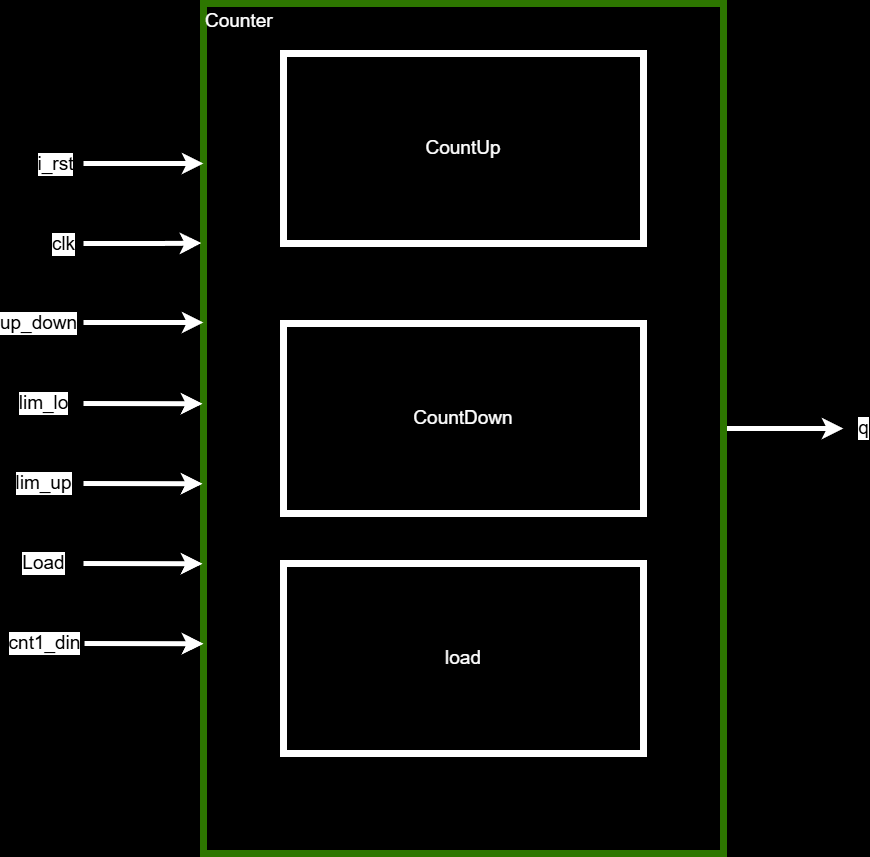
This is 2/img/架構圖.png from gordonpow/lab_hardware_test, a draw.io export, as it was before one commit. Source tidied: cells renumbered, new cells last; positions are measured from the earlier drawing's top-left corner, leaving out a move shared by most shapes.
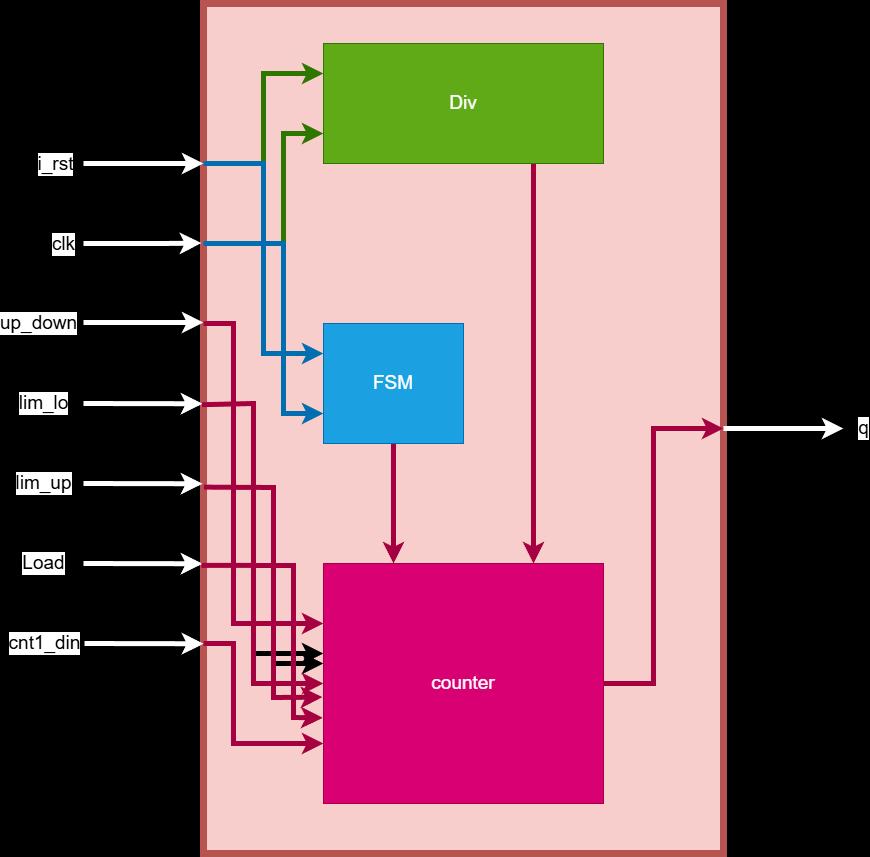
After the commit.

What changed in the source:
```diff
@@ -2,22 +2,16 @@
   <root>
     <mxCell id="0" />
     <mxCell id="1" parent="0" />
+    <mxCell id="3" style="rounded=0;whiteSpace=wrap;html=1;fillColor=#f8cecc;strokeColor=#b85450;strokeWidth=7;align=left;horizontal=1;verticalAlign=top;fontSize=19;" parent="1" vertex="1">
+      <mxGeometry x="120" width="520" height="850" as="geometry" />
+    </mxCell>
-    <mxCell id="2" value="q" style="edgeStyle=none;html=1;exitX=1;exitY=0.5;exitDx=0;exitDy=0;fontSize=19;strokeWidth=5;strokeColor=#FFFFFF;" parent="1" edge="1" source="3">
+    <mxCell id="2" value="q" style="edgeStyle=none;html=1;exitX=1;exitY=0.5;exitDx=0;exitDy=0;fontSize=19;strokeWidth=5;strokeColor=#FFFFFF;rounded=0;" parent="1" edge="1" source="3">
       <mxGeometry x="1" y="20" relative="1" as="geometry">
         <mxPoint x="760" y="425" as="targetPoint" />
         <mxPoint x="20" y="20" as="offset" />
       </mxGeometry>
     </mxCell>
-    <mxCell id="3" value="Counter" style="rounded=0;whiteSpace=wrap;html=1;fillColor=none;fontColor=#ffffff;strokeColor=#2D7600;strokeWidth=7;align=left;horizontal=1;verticalAlign=top;fontSize=19;" parent="1" vertex="1">
-      <mxGeometry x="120" width="520" height="850" as="geometry" />
-    </mxCell>
-    <mxCell id="4" value="&lt;font color=&quot;#ffffff&quot;&gt;CountUp&lt;/font&gt;" style="rounded=0;whiteSpace=wrap;html=1;strokeWidth=7;fontSize=19;fillColor=none;strokeColor=#FFFFFF;" parent="1" vertex="1">
-      <mxGeometry x="200" y="50" width="360" height="190" as="geometry" />
-    </mxCell>
-    <mxCell id="5" value="&lt;font color=&quot;#ffffff&quot;&gt;CountDown&lt;/font&gt;" style="rounded=0;whiteSpace=wrap;html=1;strokeWidth=7;fontSize=19;fillColor=none;strokeColor=#FFFFFF;glass=0;shadow=0;" parent="1" vertex="1">
-      <mxGeometry x="200" y="320" width="360" height="190" as="geometry" />
-    </mxCell>
-    <mxCell id="6" style="endArrow=classic;html=1;fontSize=19;strokeWidth=5;strokeColor=#FFFFFF;" parent="1" edge="1">
+    <mxCell id="6" style="endArrow=classic;html=1;fontSize=19;strokeWidth=5;strokeColor=#FFFFFF;rounded=0;" parent="1" edge="1">
       <mxGeometry relative="1" as="geometry">
         <mxPoint y="160" as="sourcePoint" />
         <mxPoint x="120" y="160" as="targetPoint" />
@@ -28,7 +22,7 @@
         <mxPoint x="-109" y="-4" as="offset" />
       </mxGeometry>
     </mxCell>
-    <mxCell id="8" style="endArrow=classic;html=1;fontSize=19;strokeWidth=5;strokeColor=#FFFFFF;" parent="1" edge="1">
+    <mxCell id="8" style="endArrow=classic;html=1;fontSize=19;strokeWidth=5;strokeColor=#FFFFFF;rounded=0;" parent="1" edge="1">
       <mxGeometry relative="1" as="geometry">
         <mxPoint y="319" as="sourcePoint" />
         <mxPoint x="120" y="319" as="targetPoint" />
@@ -39,7 +33,7 @@
         <mxPoint x="-126" y="-4" as="offset" />
       </mxGeometry>
     </mxCell>
-    <mxCell id="10" style="endArrow=classic;html=1;fontSize=19;entryX=-0.004;entryY=0.666;entryDx=0;entryDy=0;entryPerimeter=0;strokeWidth=5;strokeColor=#FFFFFF;" parent="1" edge="1">
+    <mxCell id="10" style="endArrow=classic;html=1;fontSize=19;entryX=-0.004;entryY=0.666;entryDx=0;entryDy=0;entryPerimeter=0;strokeWidth=5;strokeColor=#FFFFFF;rounded=0;" parent="1" edge="1">
       <mxGeometry relative="1" as="geometry">
         <mxPoint y="240" as="sourcePoint" />
         <mxPoint x="117.9" y="239.6" as="targetPoint" />
@@ -54,36 +48,171 @@
         <mxPoint x="-103" as="offset" />
       </mxGeometry>
     </mxCell>
-    <mxCell id="12" value="&lt;font style=&quot;font-size: 19px;&quot;&gt;lim_lo&lt;/font&gt;" style="endArrow=classic;html=1;entryX=-0.002;entryY=0.565;entryDx=0;entryDy=0;entryPerimeter=0;strokeWidth=5;strokeColor=#FFFFFF;" parent="1" edge="1">
+    <mxCell id="12" value="&lt;font style=&quot;font-size: 19px;&quot;&gt;lim_lo&lt;/font&gt;" style="endArrow=classic;html=1;entryX=-0.002;entryY=0.565;entryDx=0;entryDy=0;entryPerimeter=0;strokeWidth=5;strokeColor=#FFFFFF;rounded=0;" parent="1" edge="1">
       <mxGeometry x="-1" y="-40" relative="1" as="geometry">
         <mxPoint y="400" as="sourcePoint" />
         <mxPoint x="119" y="400.2" as="targetPoint" />
         <mxPoint x="-40" y="-40" as="offset" />
       </mxGeometry>
     </mxCell>
-    <mxCell id="13" value="&lt;font color=&quot;#ffffff&quot;&gt;load&lt;/font&gt;" style="rounded=0;whiteSpace=wrap;html=1;strokeWidth=7;fontSize=19;fillColor=none;strokeColor=#FFFFFF;" parent="1" vertex="1">
-      <mxGeometry x="200" y="560" width="360" height="190" as="geometry" />
-    </mxCell>
-    <mxCell id="14" value="&lt;font style=&quot;font-size: 19px;&quot;&gt;lim_up&lt;/font&gt;" style="endArrow=classic;html=1;entryX=-0.002;entryY=0.565;entryDx=0;entryDy=0;entryPerimeter=0;strokeWidth=5;strokeColor=#FFFFFF;" parent="1" edge="1">
+    <mxCell id="14" value="&lt;font style=&quot;font-size: 19px;&quot;&gt;lim_up&lt;/font&gt;" style="endArrow=classic;html=1;entryX=-0.002;entryY=0.565;entryDx=0;entryDy=0;entryPerimeter=0;strokeWidth=5;strokeColor=#FFFFFF;rounded=0;" parent="1" edge="1">
       <mxGeometry x="-1" y="-40" relative="1" as="geometry">
         <mxPoint y="480" as="sourcePoint" />
         <mxPoint x="119" y="480.2" as="targetPoint" />
         <mxPoint x="-40" y="-40" as="offset" />
       </mxGeometry>
     </mxCell>
-    <mxCell id="15" value="&lt;font style=&quot;font-size: 19px;&quot;&gt;Load&lt;/font&gt;" style="endArrow=classic;html=1;entryX=-0.002;entryY=0.565;entryDx=0;entryDy=0;entryPerimeter=0;strokeWidth=5;strokeColor=#FFFFFF;" parent="1" edge="1">
+    <mxCell id="15" value="&lt;font style=&quot;font-size: 19px;&quot;&gt;Load&lt;/font&gt;" style="endArrow=classic;html=1;entryX=-0.002;entryY=0.565;entryDx=0;entryDy=0;entryPerimeter=0;strokeWidth=5;strokeColor=#FFFFFF;rounded=0;" parent="1" edge="1">
       <mxGeometry x="-1" y="-40" relative="1" as="geometry">
         <mxPoint y="560" as="sourcePoint" />
         <mxPoint x="119" y="560.2" as="targetPoint" />
         <mxPoint x="-40" y="-40" as="offset" />
       </mxGeometry>
     </mxCell>
-    <mxCell id="16" value="&lt;font style=&quot;font-size: 19px;&quot;&gt;cnt1_din&lt;/font&gt;" style="endArrow=classic;html=1;entryX=-0.002;entryY=0.565;entryDx=0;entryDy=0;entryPerimeter=0;strokeWidth=5;strokeColor=#FFFFFF;" parent="1" edge="1">
+    <mxCell id="16" value="&lt;font style=&quot;font-size: 19px;&quot;&gt;cnt1_din&lt;/font&gt;" style="endArrow=classic;html=1;entryX=-0.002;entryY=0.565;entryDx=0;entryDy=0;entryPerimeter=0;strokeWidth=5;strokeColor=#FFFFFF;rounded=0;" parent="1" edge="1">
       <mxGeometry x="-1" y="-40" relative="1" as="geometry">
         <mxPoint x="1" y="640" as="sourcePoint" />
         <mxPoint x="120" y="640.2" as="targetPoint" />
         <mxPoint x="-40" y="-40" as="offset" />
       </mxGeometry>
     </mxCell>
+    <mxCell id="17" style="edgeStyle=none;html=1;exitX=0.75;exitY=1;exitDx=0;exitDy=0;entryX=0.75;entryY=0;entryDx=0;entryDy=0;strokeWidth=5;fontSize=19;rounded=0;fillColor=#d80073;strokeColor=#A50040;" parent="1" edge="1" source="18" target="22">
+      <mxGeometry relative="1" as="geometry" />
+    </mxCell>
+    <mxCell id="18" value="&lt;font style=&quot;font-size: 19px;&quot;&gt;Div&lt;/font&gt;" style="rounded=0;whiteSpace=wrap;html=1;fillColor=#60a917;fontColor=#ffffff;strokeColor=#2D7600;" parent="1" vertex="1">
+      <mxGeometry x="240" y="40" width="280" height="120" as="geometry" />
+    </mxCell>
+    <mxCell id="19" style="edgeStyle=none;html=1;exitX=0.5;exitY=1;exitDx=0;exitDy=0;entryX=0.25;entryY=0;entryDx=0;entryDy=0;strokeWidth=5;fontSize=19;rounded=0;fillColor=#d80073;strokeColor=#A50040;" parent="1" edge="1" source="20" target="22">
+      <mxGeometry relative="1" as="geometry" />
+    </mxCell>
+    <mxCell id="20" value="&lt;font style=&quot;font-size: 19px;&quot;&gt;FSM&lt;/font&gt;" style="rounded=0;whiteSpace=wrap;html=1;fillColor=#1ba1e2;fontColor=#ffffff;strokeColor=#006EAF;" parent="1" vertex="1">
+      <mxGeometry x="240" y="320" width="140" height="120" as="geometry" />
+    </mxCell>
+    <mxCell id="21" style="edgeStyle=orthogonalEdgeStyle;rounded=0;html=1;exitX=1;exitY=0.5;exitDx=0;exitDy=0;entryX=1;entryY=0.5;entryDx=0;entryDy=0;strokeWidth=5;fontSize=19;fillColor=#d80073;strokeColor=#A50040;" parent="1" edge="1" source="22" target="3">
+      <mxGeometry relative="1" as="geometry">
+        <Array as="points">
+          <mxPoint x="570" y="680" />
+          <mxPoint x="570" y="425" />
+        </Array>
+      </mxGeometry>
+    </mxCell>
+    <mxCell id="22" value="&lt;font style=&quot;font-size: 19px;&quot;&gt;counter&lt;/font&gt;" style="rounded=0;whiteSpace=wrap;html=1;fillColor=#d80073;fontColor=#ffffff;strokeColor=#A50040;" parent="1" vertex="1">
+      <mxGeometry x="240" y="560" width="280" height="240" as="geometry" />
+    </mxCell>
+    <mxCell id="23" style="edgeStyle=none;jettySize=auto;html=1;strokeWidth=5;fontSize=19;rounded=0;" parent="1" edge="1" target="3">
+      <mxGeometry relative="1" as="geometry">
+        <mxPoint x="120" y="160" as="sourcePoint" />
+      </mxGeometry>
+    </mxCell>
+    <mxCell id="24" style="edgeStyle=none;jettySize=auto;html=1;strokeWidth=5;fontSize=19;entryX=0;entryY=0.25;entryDx=0;entryDy=0;rounded=0;fillColor=#60a917;strokeColor=#2D7600;" parent="1" edge="1" target="18">
+      <mxGeometry relative="1" as="geometry">
+        <mxPoint x="120" y="160" as="sourcePoint" />
+        <Array as="points">
+          <mxPoint x="180" y="160" />
+          <mxPoint x="180" y="150" />
+          <mxPoint x="180" y="70" />
+        </Array>
+      </mxGeometry>
+    </mxCell>
+    <mxCell id="25" style="edgeStyle=none;jettySize=auto;html=1;strokeWidth=5;fontSize=19;entryX=0;entryY=0.75;entryDx=0;entryDy=0;rounded=0;fillColor=#60a917;strokeColor=#2D7600;" parent="1" edge="1" target="18">
+      <mxGeometry relative="1" as="geometry">
+        <mxPoint x="120" y="240" as="sourcePoint" />
+        <Array as="points">
+          <mxPoint x="200" y="240" />
+          <mxPoint x="200" y="130" />
+        </Array>
+      </mxGeometry>
+    </mxCell>
+    <mxCell id="26" style="edgeStyle=none;jettySize=auto;html=1;strokeWidth=5;fontSize=19;entryX=0;entryY=0.25;entryDx=0;entryDy=0;rounded=0;" parent="1" edge="1" target="22">
+      <mxGeometry relative="1" as="geometry">
+        <mxPoint x="120" y="320" as="sourcePoint" />
+        <Array as="points">
+          <mxPoint x="150" y="320" />
+          <mxPoint x="150" y="620" />
+        </Array>
+      </mxGeometry>
+    </mxCell>
+    <mxCell id="27" style="edgeStyle=none;jettySize=auto;html=1;strokeWidth=5;fontSize=19;exitX=-0.003;exitY=0.472;exitDx=0;exitDy=0;exitPerimeter=0;rounded=0;" parent="1" edge="1" source="3">
+      <mxGeometry relative="1" as="geometry">
+        <mxPoint x="240" y="650" as="targetPoint" />
+        <Array as="points">
+          <mxPoint x="170" y="400" />
+          <mxPoint x="170" y="650" />
+        </Array>
+      </mxGeometry>
+    </mxCell>
+    <mxCell id="28" style="edgeStyle=none;jettySize=auto;html=1;strokeWidth=5;fontSize=19;exitX=0.001;exitY=0.569;exitDx=0;exitDy=0;exitPerimeter=0;rounded=0;" parent="1" edge="1" source="3">
+      <mxGeometry relative="1" as="geometry">
+        <mxPoint x="240" y="660" as="targetPoint" />
+        <Array as="points">
+          <mxPoint x="190" y="484" />
+          <mxPoint x="190" y="660" />
+        </Array>
+      </mxGeometry>
+    </mxCell>
+    <mxCell id="29" style="edgeStyle=none;jettySize=auto;html=1;strokeWidth=5;fontSize=19;rounded=0;fillColor=#d80073;strokeColor=#A50040;entryX=0;entryY=0.75;entryDx=0;entryDy=0;" parent="1" edge="1" target="22">
+      <mxGeometry relative="1" as="geometry">
+        <mxPoint x="120" y="640" as="sourcePoint" />
+        <Array as="points">
+          <mxPoint x="150" y="640" />
+          <mxPoint x="150" y="740" />
+        </Array>
+      </mxGeometry>
+    </mxCell>
+    <mxCell id="30" style="edgeStyle=none;jettySize=auto;html=1;strokeWidth=5;fontSize=19;entryX=0;entryY=0.75;entryDx=0;entryDy=0;rounded=0;fillColor=#1ba1e2;strokeColor=#006EAF;" parent="1" edge="1" target="20">
+      <mxGeometry relative="1" as="geometry">
+        <mxPoint x="120" y="240" as="sourcePoint" />
+        <Array as="points">
+          <mxPoint x="200" y="240" />
+          <mxPoint x="200" y="410" />
+        </Array>
+      </mxGeometry>
+    </mxCell>
+    <mxCell id="31" style="edgeStyle=none;jettySize=auto;html=1;strokeWidth=5;fontSize=19;entryX=0;entryY=0.25;entryDx=0;entryDy=0;rounded=0;fillColor=#1ba1e2;strokeColor=#006EAF;" parent="1" edge="1" target="20">
+      <mxGeometry relative="1" as="geometry">
+        <mxPoint x="120" y="160" as="sourcePoint" />
+        <Array as="points">
+          <mxPoint x="180" y="160" />
+          <mxPoint x="180" y="350" />
+        </Array>
+      </mxGeometry>
+    </mxCell>
+    <mxCell id="32" style="edgeStyle=none;orthogonalLoop=1;jettySize=auto;html=1;strokeWidth=5;fontSize=19;entryX=0;entryY=0.25;entryDx=0;entryDy=0;rounded=0;fillColor=#d80073;strokeColor=#A50040;" parent="1" edge="1">
+      <mxGeometry relative="1" as="geometry">
+        <mxPoint x="120" y="320" as="sourcePoint" />
+        <mxPoint x="240" y="620" as="targetPoint" />
+        <Array as="points">
+          <mxPoint x="150" y="320" />
+          <mxPoint x="150" y="620" />
+        </Array>
+      </mxGeometry>
+    </mxCell>
+    <mxCell id="33" style="edgeStyle=none;jettySize=auto;html=1;strokeWidth=5;fontSize=19;exitX=-0.003;exitY=0.472;exitDx=0;exitDy=0;exitPerimeter=0;rounded=0;fillColor=#d80073;strokeColor=#A50040;entryX=0;entryY=0.5;entryDx=0;entryDy=0;" parent="1" edge="1" target="22">
+      <mxGeometry relative="1" as="geometry">
+        <mxPoint x="118.4" y="401.2" as="sourcePoint" />
+        <Array as="points">
+          <mxPoint x="170" y="400" />
+          <mxPoint x="170" y="680" />
+        </Array>
+      </mxGeometry>
+    </mxCell>
+    <mxCell id="34" style="edgeStyle=none;jettySize=auto;html=1;strokeWidth=5;fontSize=19;exitX=0.001;exitY=0.569;exitDx=0;exitDy=0;exitPerimeter=0;rounded=0;fillColor=#d80073;strokeColor=#A50040;entryX=-0.004;entryY=0.557;entryDx=0;entryDy=0;entryPerimeter=0;" parent="1" edge="1" target="22">
+      <mxGeometry relative="1" as="geometry">
+        <mxPoint x="120.5" y="483.7" as="sourcePoint" />
+        <Array as="points">
+          <mxPoint x="190" y="484" />
+          <mxPoint x="190" y="694" />
+        </Array>
+      </mxGeometry>
+    </mxCell>
+    <mxCell id="35" style="edgeStyle=none;jettySize=auto;html=1;strokeWidth=5;fontSize=19;exitX=-0.004;exitY=0.661;exitDx=0;exitDy=0;exitPerimeter=0;rounded=0;fillColor=#d80073;strokeColor=#A50040;entryX=-0.003;entryY=0.643;entryDx=0;entryDy=0;entryPerimeter=0;" parent="1" edge="1" target="22">
+      <mxGeometry relative="1" as="geometry">
+        <mxPoint x="117.9" y="561.8" as="sourcePoint" />
+        <Array as="points">
+          <mxPoint x="210" y="562" />
+          <mxPoint x="210" y="714" />
+        </Array>
+      </mxGeometry>
+    </mxCell>
   </root>
 </mxGraphModel>
```
